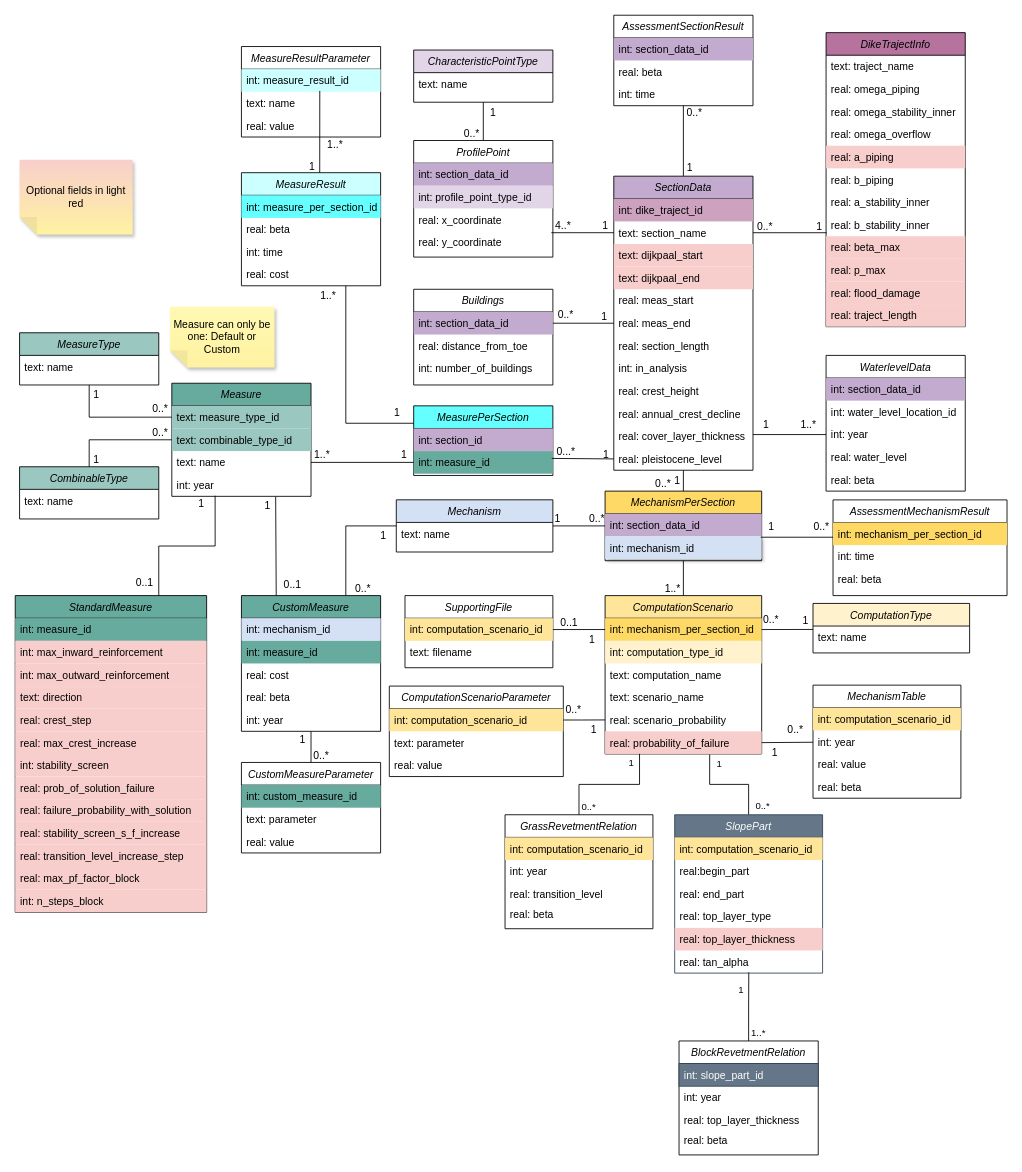
This is docs/db_diagram/vrtool_sql_input.drawio from Deltares/Veiligheidsrendement, a draw.io file, before an edit. Source tidied: cells renumbered, new cells numbered last; positions are measured from the earlier drawing's top-left corner, leaving out a move shared by most shapes. Both pictures are drawn from the tidied source at 87%, with x=0, y=0 at pixel (15, 15).
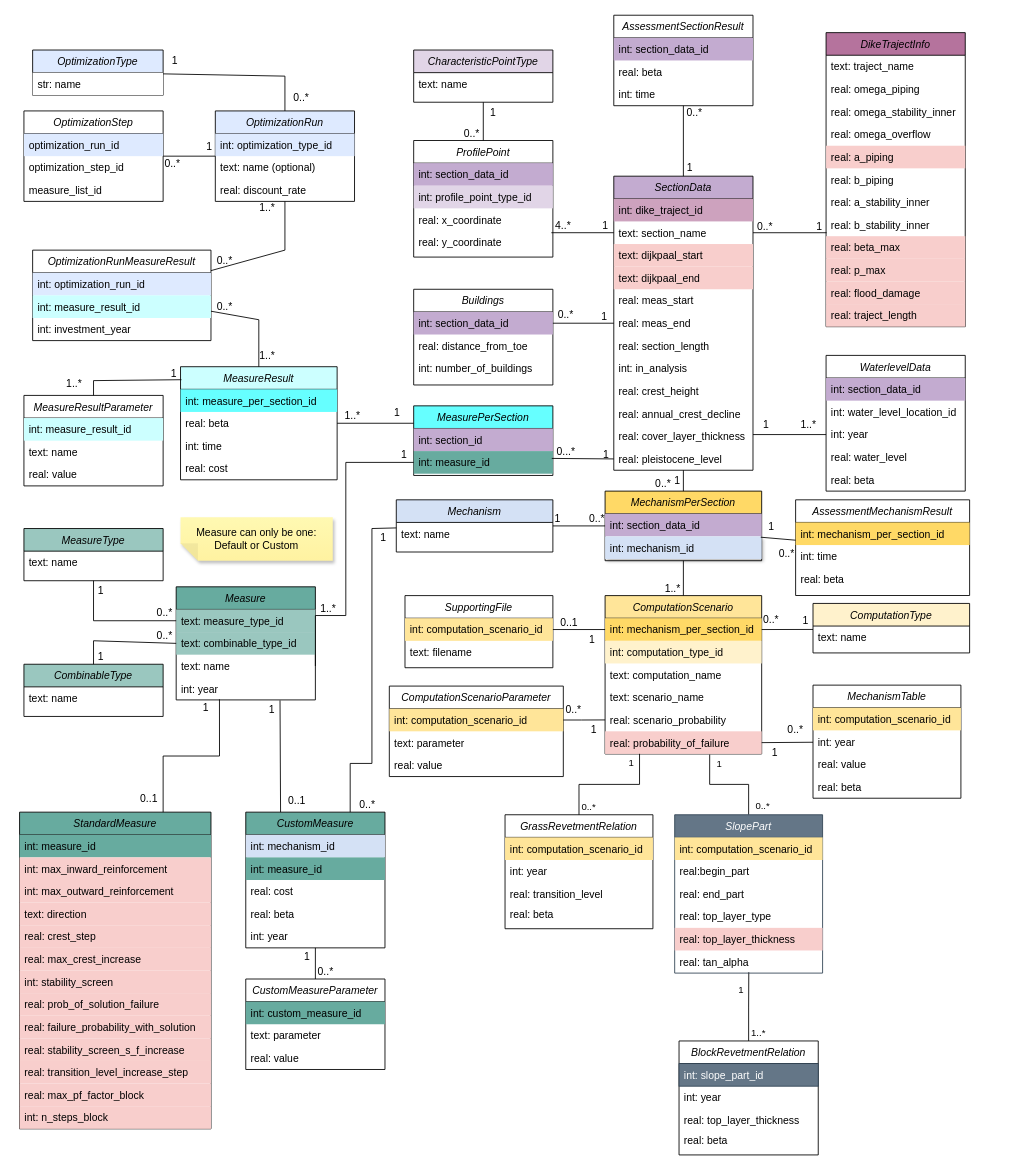
Above is the later version.

Commit message (it also covers changes not shown here):
docs: Updated diagrams with desired implementation

Unchanged cells that the change refers to:
```xml
<mxCell id="20" value="text: measure_type_id" style="text;align=left;verticalAlign=top;spacingLeft=4;spacingRight=4;overflow=hidden;points=[[0,0.5],[1,0.5]];portConstraint=eastwest;rounded=0;shadow=0;html=0;fillColor=#9AC7BF;" parent="19" vertex="1">
  <mxGeometry y="26" width="160" height="26" as="geometry" />
</mxCell>
<mxCell id="21" value="text: combinable_type_id" style="text;align=left;verticalAlign=top;spacingLeft=4;spacingRight=4;overflow=hidden;points=[[0,0.5],[1,0.5]];portConstraint=eastwest;fillColor=#9AC7BF;" parent="19" vertex="1">
  <mxGeometry y="52" width="160" height="26" as="geometry" />
</mxCell>
<mxCell id="22" value="text: name" style="text;align=left;verticalAlign=top;spacingLeft=4;spacingRight=4;overflow=hidden;points=[[0,0.5],[1,0.5]];portConstraint=eastwest;rounded=0;shadow=0;html=0;" parent="19" vertex="1">
  <mxGeometry y="78" width="160" height="26" as="geometry" />
</mxCell>
<mxCell id="35" value="int: section_data_id" style="text;align=left;verticalAlign=top;spacingLeft=4;spacingRight=4;overflow=hidden;points=[[0,0.5],[1,0.5]];portConstraint=eastwest;fillColor=#C3ABD0;" parent="34" vertex="1">
  <mxGeometry y="26" width="180" height="26" as="geometry" />
</mxCell>
<mxCell id="37" value="MeasurePerSection" style="swimlane;fontStyle=2;align=center;verticalAlign=top;horizontal=1;startSize=26;rounded=0;shadow=0;strokeWidth=1;fillColor=#66FFFF;" parent="1" vertex="1">
  <mxGeometry x="458" y="449" width="160" height="80" as="geometry" />
</mxCell>
<mxCell id="39" value="int: measure_id" style="text;align=left;verticalAlign=top;spacingLeft=4;spacingRight=4;overflow=hidden;points=[[0,0.5],[1,0.5]];portConstraint=eastwest;rounded=0;shadow=0;html=0;fillColor=#67AB9F;" parent="37" vertex="1">
  <mxGeometry y="52" width="160" height="26" as="geometry" />
</mxCell>
<mxCell id="73" value="Mechanism" style="swimlane;fontStyle=2;align=center;verticalAlign=top;horizontal=1;startSize=26;rounded=0;shadow=0;strokeWidth=1;fillColor=#D4E1F5;" parent="1" vertex="1">
  <mxGeometry x="438" y="557" width="180" height="60" as="geometry" />
</mxCell>
<mxCell id="218" value="int: measure_result_id" style="text;align=left;verticalAlign=top;spacingLeft=4;spacingRight=4;overflow=hidden;points=[[0,0.5],[1,0.5]];portConstraint=eastwest;rounded=0;shadow=0;html=0;fillColor=#CCFFFF;" parent="217" vertex="1">
  <mxGeometry y="26" width="160" height="26" as="geometry" />
</mxCell>
```

Change to the diagram source:
```diff
@@
     <mxCell id="19" value="Measure" style="swimlane;fontStyle=2;align=center;verticalAlign=top;horizontal=1;startSize=26;rounded=0;shadow=0;strokeWidth=1;fillColor=#67AB9F;" parent="1" vertex="1">
-      <mxGeometry x="180" y="423" width="160" height="130" as="geometry" />
+      <mxGeometry x="185" y="657" width="160" height="130" as="geometry" />
     </mxCell>
@@
     <mxCell id="67" style="endArrow=none;html=1;rounded=0;exitX=0;exitY=0.5;exitDx=0;exitDy=0;entryX=1;entryY=0.5;entryDx=0;entryDy=0;edgeStyle=orthogonalEdgeStyle;" parent="1" edge="1" source="39" target="22">
-      <mxGeometry relative="1" as="geometry" />
+      <mxGeometry relative="1" as="geometry">
+        <Array as="points">
+          <mxPoint x="380" y="514" />
+          <mxPoint x="380" y="690" />
+          <mxPoint x="345" y="690" />
+        </Array>
+      </mxGeometry>
     </mxCell>
@@
     <mxCell id="69" value="1..*" style="html=1;whiteSpace=wrap;align=right;verticalAlign=bottom;" parent="67" vertex="1">
       <mxGeometry x="1" relative="1" as="geometry">
-        <mxPoint x="23" as="offset" />
+        <mxPoint x="25" y="-58" as="offset" />
       </mxGeometry>
     </mxCell>
@@
     <mxCell id="94" value="StandardMeasure" style="swimlane;fontStyle=2;align=center;verticalAlign=top;horizontal=1;startSize=26;rounded=0;shadow=0;strokeWidth=1;fillColor=#67AB9F;" parent="1" vertex="1">
-      <mxGeometry y="667.1" width="220" height="364" as="geometry" />
+      <mxGeometry x="5" y="916" width="220" height="364" as="geometry" />
     </mxCell>
@@
     <mxCell id="108" value="CustomMeasure" style="swimlane;fontStyle=2;align=center;verticalAlign=top;horizontal=1;startSize=26;rounded=0;shadow=0;strokeWidth=1;fillColor=#67AB9F;" parent="1" vertex="1">
-      <mxGeometry x="260" y="667.1" width="160" height="156" as="geometry" />
+      <mxGeometry x="265" y="916" width="160" height="156" as="geometry" />
     </mxCell>
@@
     <mxCell id="114" value="MeasureType" style="swimlane;fontStyle=2;align=center;verticalAlign=top;horizontal=1;startSize=26;rounded=0;shadow=0;strokeWidth=1;fillColor=#9AC7BF;" parent="1" vertex="1">
-      <mxGeometry x="5" y="365" width="160" height="60" as="geometry" />
+      <mxGeometry x="10" y="590" width="160" height="60" as="geometry" />
     </mxCell>
@@
     <mxCell id="116" value="CustomMeasureParameter" style="swimlane;fontStyle=2;align=center;verticalAlign=top;horizontal=1;startSize=26;rounded=0;shadow=0;strokeWidth=1;fillColor=none;" parent="1" vertex="1">
-      <mxGeometry x="260" y="858.9" width="160" height="104" as="geometry" />
+      <mxGeometry x="265" y="1107.8" width="160" height="104" as="geometry" />
     </mxCell>
@@
     <mxCell id="123" style="endArrow=none;html=1;rounded=0;entryX=0.75;entryY=0;entryDx=0;entryDy=0;" parent="1" edge="1" source="73" target="108">
       <mxGeometry relative="1" as="geometry">
         <Array as="points">
-          <mxPoint x="380" y="587" />
+          <mxPoint x="410" y="590" />
+          <mxPoint x="410" y="860" />
+          <mxPoint x="385" y="860" />
         </Array>
       </mxGeometry>
     </mxCell>
@@
     <mxCell id="126" style="endArrow=none;html=1;rounded=0;exitX=0;exitY=0.5;exitDx=0;exitDy=0;" parent="1" edge="1" source="20" target="114">
       <mxGeometry relative="1" as="geometry">
         <Array as="points">
-          <mxPoint x="85" y="462" />
+          <mxPoint x="90" y="696" />
         </Array>
       </mxGeometry>
     </mxCell>
@@
     <mxCell id="129" value="CombinableType" style="swimlane;fontStyle=2;align=center;verticalAlign=top;horizontal=1;startSize=26;rounded=0;shadow=0;strokeWidth=1;fillColor=#9AC7BF;" parent="1" vertex="1">
-      <mxGeometry x="5" y="519" width="160" height="60" as="geometry" />
+      <mxGeometry x="10" y="746" width="160" height="60" as="geometry" />
     </mxCell>
@@
     <mxCell id="131" style="endArrow=none;html=1;rounded=0;entryX=0.5;entryY=0;entryDx=0;entryDy=0;exitX=0;exitY=0.5;exitDx=0;exitDy=0;" parent="1" edge="1" source="21" target="129">
       <mxGeometry relative="1" as="geometry">
         <Array as="points">
-          <mxPoint x="85" y="488" />
+          <mxPoint x="90" y="719" />
         </Array>
       </mxGeometry>
     </mxCell>
@@
-    <mxCell id="140" value="Optional fields in light red" style="shape=note;whiteSpace=wrap;html=1;backgroundOutline=1;fontColor=#000000;darkOpacity=0.05;fillColor=#F8CECC;strokeColor=none;fillStyle=solid;direction=west;gradientDirection=north;gradientColor=#FFF2A1;shadow=1;size=20;" parent="1" vertex="1">
-      <mxGeometry x="5" y="166" width="130" height="86" as="geometry" />
-    </mxCell>
     <mxCell id="141" value="Measure can only be one: Default or Custom" style="shape=note;whiteSpace=wrap;html=1;backgroundOutline=1;fontColor=#000000;darkOpacity=0.05;fillColor=#FFF9B2;strokeColor=none;fillStyle=solid;direction=west;gradientDirection=north;gradientColor=#FFF2A1;shadow=1;size=20;" parent="1" vertex="1">
-      <mxGeometry x="178" y="335" width="120" height="70" as="geometry" />
+      <mxGeometry x="190" y="577" width="175" height="50" as="geometry" />
     </mxCell>
@@
     <mxCell id="201" value="AssessmentMechanismResult" style="swimlane;fontStyle=2;align=center;verticalAlign=top;horizontal=1;startSize=26;rounded=0;shadow=0;strokeWidth=1;" parent="1" vertex="1">
-      <mxGeometry x="940" y="557.1" width="200" height="110" as="geometry" />
+      <mxGeometry x="897" y="557" width="200" height="110" as="geometry" />
     </mxCell>
@@
-    <mxCell id="205" style="jettySize=auto;html=1;rounded=0;strokeColor=default;endArrow=none;endFill=0;exitX=0.994;exitY=1.038;exitDx=0;exitDy=0;exitPerimeter=0;" parent="1" edge="1" source="35">
-      <mxGeometry relative="1" as="geometry">
-        <mxPoint x="940" y="600" as="targetPoint" />
-      </mxGeometry>
+    <mxCell id="205" style="jettySize=auto;html=1;rounded=0;strokeColor=default;endArrow=none;endFill=0;exitX=0.994;exitY=1.038;exitDx=0;exitDy=0;exitPerimeter=0;" parent="1" edge="1" source="35" target="201">
+      <mxGeometry relative="1" as="geometry" />
     </mxCell>
@@
     <mxCell id="208" value="0..*" style="html=1;whiteSpace=wrap;align=left;verticalAlign=bottom;" parent="1" vertex="1">
-      <mxGeometry x="770" y="149" as="geometry">
+      <mxGeometry x="730" y="180" as="geometry">
         <mxPoint x="146" y="447" as="offset" />
       </mxGeometry>
     </mxCell>
     <mxCell id="209" value="MeasureResult" style="swimlane;fontStyle=2;align=center;verticalAlign=top;horizontal=1;startSize=26;rounded=0;shadow=0;strokeWidth=1;fillColor=#CCFFFF;" parent="1" vertex="1">
-      <mxGeometry x="260" y="181" width="160" height="130" as="geometry" />
+      <mxGeometry x="190" y="404" width="180" height="130" as="geometry" />
     </mxCell>
     <mxCell id="210" value="int: measure_per_section_id" style="text;align=left;verticalAlign=top;spacingLeft=4;spacingRight=4;overflow=hidden;rounded=0;shadow=0;html=0;fillColor=#66FFFF;" parent="209" vertex="1">
-      <mxGeometry y="26" width="160" height="26" as="geometry" />
+      <mxGeometry y="26" width="180" height="26" as="geometry" />
     </mxCell>
     <mxCell id="211" value="real: beta" style="text;align=left;verticalAlign=top;spacingLeft=4;spacingRight=4;overflow=hidden;" parent="209" vertex="1">
-      <mxGeometry y="52" width="160" height="26" as="geometry" />
+      <mxGeometry y="52" width="180" height="26" as="geometry" />
     </mxCell>
     <mxCell id="212" value="int: time" style="text;align=left;verticalAlign=top;spacingLeft=4;spacingRight=4;overflow=hidden;rounded=0;shadow=0;html=0;" parent="209" vertex="1">
-      <mxGeometry y="78" width="160" height="26" as="geometry" />
+      <mxGeometry y="78" width="180" height="26" as="geometry" />
     </mxCell>
     <mxCell id="213" value="real: cost" style="text;align=left;verticalAlign=top;spacingLeft=4;spacingRight=4;overflow=hidden;rounded=0;shadow=0;html=0;" parent="209" vertex="1">
-      <mxGeometry y="104" width="160" height="26" as="geometry" />
+      <mxGeometry y="104" width="180" height="26" as="geometry" />
     </mxCell>
-    <mxCell id="214" style="endArrow=none;html=1;rounded=0;edgeStyle=orthogonalEdgeStyle;entryX=0.75;entryY=1;entryDx=0;entryDy=0;exitX=0;exitY=0.25;exitDx=0;exitDy=0;" parent="1" edge="1" source="37" target="209">
+    <mxCell id="214" style="endArrow=none;html=1;rounded=0;edgeStyle=orthogonalEdgeStyle;exitX=0;exitY=0.25;exitDx=0;exitDy=0;" parent="1" edge="1" source="37" target="209">
       <mxGeometry relative="1" as="geometry" />
     </mxCell>
@@
     <mxCell id="216" value="1..*" style="html=1;whiteSpace=wrap;align=right;verticalAlign=bottom;fillColor=none;" parent="1" vertex="1">
-      <mxGeometry x="932" y="489" as="geometry">
+      <mxGeometry x="960" y="627" as="geometry">
         <mxPoint x="-562" y="-158" as="offset" />
       </mxGeometry>
     </mxCell>
-    <mxCell id="217" value="MeasureResultParameter" style="swimlane;fontStyle=2;align=center;verticalAlign=top;horizontal=1;startSize=26;rounded=0;shadow=0;strokeWidth=1;" parent="1" vertex="1">
-      <mxGeometry x="260" y="36" width="160" height="104" as="geometry" />
+    <mxCell id="217" value="MeasureResultParameter" style="swimlane;fontStyle=2;align=center;verticalAlign=top;horizontal=1;startSize=26;rounded=0;shadow=0;strokeWidth=1;fillColor=#FFFFFF;" parent="1" vertex="1">
+      <mxGeometry x="10" y="437" width="160" height="104" as="geometry" />
     </mxCell>
@@
-    <mxCell id="221" style="endArrow=none;html=1;rounded=0;exitX=0.563;exitY=0.962;exitDx=0;exitDy=0;exitPerimeter=0;" parent="1" edge="1" source="218">
+    <mxCell id="221" style="endArrow=none;html=1;rounded=0;entryX=0.006;entryY=0.115;entryDx=0;entryDy=0;entryPerimeter=0;" parent="1" edge="1" source="217" target="209">
       <mxGeometry relative="1" as="geometry">
-        <mxPoint x="350" y="181" as="targetPoint" />
+        <Array as="points">
+          <mxPoint x="90" y="420" />
+        </Array>
       </mxGeometry>
     </mxCell>
@@
     <mxCell id="223" value="1..*" style="html=1;whiteSpace=wrap;align=right;verticalAlign=bottom;fillColor=none;" parent="1" vertex="1">
-      <mxGeometry x="940" y="315" as="geometry">
+      <mxGeometry x="640" y="590" as="geometry">
         <mxPoint x="-562" y="-158" as="offset" />
       </mxGeometry>
     </mxCell>
+    <mxCell id="224" value="OptimizationType" style="swimlane;fontStyle=2;align=center;verticalAlign=top;horizontal=1;startSize=26;rounded=0;shadow=0;strokeWidth=1;fillColor=#DEEAFF;" parent="1" vertex="1">
+      <mxGeometry x="20" y="40" width="150" height="52" as="geometry" />
+    </mxCell>
+    <mxCell id="225" value="str: name" style="text;align=left;verticalAlign=top;spacingLeft=4;spacingRight=4;overflow=hidden;rounded=0;shadow=0;html=0;fillColor=#FFFFFF;" parent="224" vertex="1">
+      <mxGeometry y="26" width="150" height="26" as="geometry" />
+    </mxCell>
+    <mxCell id="226" value="OptimizationRun" style="swimlane;fontStyle=2;align=center;verticalAlign=top;horizontal=1;startSize=26;rounded=0;shadow=0;strokeWidth=1;fillColor=#deeaff;" parent="1" vertex="1">
+      <mxGeometry x="230" y="110" width="160" height="104" as="geometry" />
+    </mxCell>
+    <mxCell id="227" value="int: optimization_type_id" style="text;align=left;verticalAlign=top;spacingLeft=4;spacingRight=4;overflow=hidden;rounded=0;shadow=0;html=0;fillColor=#DEEAFF;" parent="226" vertex="1">
+      <mxGeometry y="26" width="160" height="26" as="geometry" />
+    </mxCell>
+    <mxCell id="228" value="text: name (optional)" style="text;align=left;verticalAlign=top;spacingLeft=4;spacingRight=4;overflow=hidden;" parent="226" vertex="1">
+      <mxGeometry y="52" width="160" height="26" as="geometry" />
+    </mxCell>
+    <mxCell id="229" value="real: discount_rate" style="text;align=left;verticalAlign=top;spacingLeft=4;spacingRight=4;overflow=hidden;rounded=0;shadow=0;html=0;" parent="226" vertex="1">
+      <mxGeometry y="78" width="160" height="26" as="geometry" />
+    </mxCell>
+    <mxCell id="230" style="endArrow=none;html=1;rounded=0;" parent="1" edge="1" source="226" target="224">
+      <mxGeometry relative="1" as="geometry">
+        <Array as="points">
+          <mxPoint x="310" y="70" />
+        </Array>
+      </mxGeometry>
+    </mxCell>
+    <mxCell id="231" value="0..*" style="html=1;whiteSpace=wrap;align=left;verticalAlign=bottom;" parent="230" vertex="1">
+      <mxGeometry x="-1" relative="1" as="geometry">
+        <mxPoint x="8" y="-7" as="offset" />
+      </mxGeometry>
+    </mxCell>
+    <mxCell id="232" value="1" style="html=1;whiteSpace=wrap;align=right;verticalAlign=bottom;" parent="230" vertex="1">
+      <mxGeometry x="1" relative="1" as="geometry">
+        <mxPoint x="18" y="-6" as="offset" />
+      </mxGeometry>
+    </mxCell>
+    <mxCell id="233" value="OptimizationRunMeasureResult" style="swimlane;fontStyle=2;align=center;verticalAlign=top;horizontal=1;startSize=26;rounded=0;shadow=0;strokeWidth=1;fillColor=#FFFFFF;" parent="1" vertex="1">
+      <mxGeometry x="20" y="270" width="205" height="104" as="geometry" />
+    </mxCell>
+    <mxCell id="234" value="int: optimization_run_id" style="text;align=left;verticalAlign=top;spacingLeft=4;spacingRight=4;overflow=hidden;rounded=0;shadow=0;html=0;fillColor=#DEEAFF;" parent="233" vertex="1">
+      <mxGeometry y="26" width="205" height="26" as="geometry" />
+    </mxCell>
+    <mxCell id="235" value="int: measure_result_id" style="text;align=left;verticalAlign=top;spacingLeft=4;spacingRight=4;overflow=hidden;rounded=0;shadow=0;html=0;fillColor=#ccffff;" parent="233" vertex="1">
+      <mxGeometry y="52" width="205" height="26" as="geometry" />
+    </mxCell>
+    <mxCell id="236" value="int: investment_year" style="text;align=left;verticalAlign=top;spacingLeft=4;spacingRight=4;overflow=hidden;rounded=0;shadow=0;html=0;" parent="233" vertex="1">
+      <mxGeometry y="78" width="205" height="26" as="geometry" />
+    </mxCell>
+    <mxCell id="237" style="endArrow=none;html=1;rounded=0;" parent="1" edge="1" source="233" target="226">
+      <mxGeometry relative="1" as="geometry">
+        <Array as="points">
+          <mxPoint x="310" y="270" />
+        </Array>
+      </mxGeometry>
+    </mxCell>
+    <mxCell id="238" value="0..*" style="html=1;whiteSpace=wrap;align=left;verticalAlign=bottom;" parent="237" vertex="1">
+      <mxGeometry x="-1" relative="1" as="geometry">
+        <mxPoint x="5" y="-3" as="offset" />
+      </mxGeometry>
+    </mxCell>
+    <mxCell id="239" value="1..*" style="html=1;whiteSpace=wrap;align=right;verticalAlign=bottom;" parent="237" vertex="1">
+      <mxGeometry x="1" relative="1" as="geometry">
+        <mxPoint x="-10" y="16" as="offset" />
+      </mxGeometry>
+    </mxCell>
+    <mxCell id="240" style="endArrow=none;html=1;rounded=0;" parent="1" edge="1" source="233" target="209">
+      <mxGeometry relative="1" as="geometry">
+        <Array as="points">
+          <mxPoint x="280" y="350" />
+        </Array>
+      </mxGeometry>
+    </mxCell>
+    <mxCell id="241" value="0..*" style="html=1;whiteSpace=wrap;align=left;verticalAlign=bottom;" parent="240" vertex="1">
+      <mxGeometry x="-1" relative="1" as="geometry">
+        <mxPoint x="5" y="3" as="offset" />
+      </mxGeometry>
+    </mxCell>
+    <mxCell id="242" value="1..*" style="html=1;whiteSpace=wrap;align=right;verticalAlign=bottom;" parent="240" vertex="1">
+      <mxGeometry x="1" relative="1" as="geometry">
+        <mxPoint x="20" y="-4" as="offset" />
+      </mxGeometry>
+    </mxCell>
+    <mxCell id="243" value="OptimizationStep" style="swimlane;fontStyle=2;align=center;verticalAlign=top;horizontal=1;startSize=26;rounded=0;shadow=0;strokeWidth=1;fillColor=#FFFFFF;" parent="1" vertex="1">
+      <mxGeometry x="10" y="110" width="160" height="104" as="geometry" />
+    </mxCell>
+    <mxCell id="244" value="optimization_run_id" style="text;align=left;verticalAlign=top;spacingLeft=4;spacingRight=4;overflow=hidden;rounded=0;shadow=0;html=0;fillColor=#DEEAFF;" parent="243" vertex="1">
+      <mxGeometry y="26" width="160" height="26" as="geometry" />
+    </mxCell>
+    <mxCell id="245" value="optimization_step_id" style="text;align=left;verticalAlign=top;spacingLeft=4;spacingRight=4;overflow=hidden;" parent="243" vertex="1">
+      <mxGeometry y="52" width="160" height="26" as="geometry" />
+    </mxCell>
+    <mxCell id="246" value="measure_list_id&#10;" style="text;align=left;verticalAlign=top;spacingLeft=4;spacingRight=4;overflow=hidden;rounded=0;shadow=0;html=0;" parent="243" vertex="1">
+      <mxGeometry y="78" width="160" height="26" as="geometry" />
+    </mxCell>
+    <mxCell id="247" style="endArrow=none;html=1;rounded=0;" parent="1" edge="1" source="226" target="243">
+      <mxGeometry relative="1" as="geometry" />
+    </mxCell>
+    <mxCell id="248" value="1" style="html=1;whiteSpace=wrap;align=left;verticalAlign=bottom;" parent="247" vertex="1">
+      <mxGeometry x="-1" relative="1" as="geometry">
+        <mxPoint x="-12" y="-3" as="offset" />
+      </mxGeometry>
+    </mxCell>
+    <mxCell id="249" value="0..*" style="html=1;whiteSpace=wrap;align=right;verticalAlign=bottom;" parent="247" vertex="1">
+      <mxGeometry x="1" relative="1" as="geometry">
+        <mxPoint x="21" y="17" as="offset" />
+      </mxGeometry>
+    </mxCell>
```
